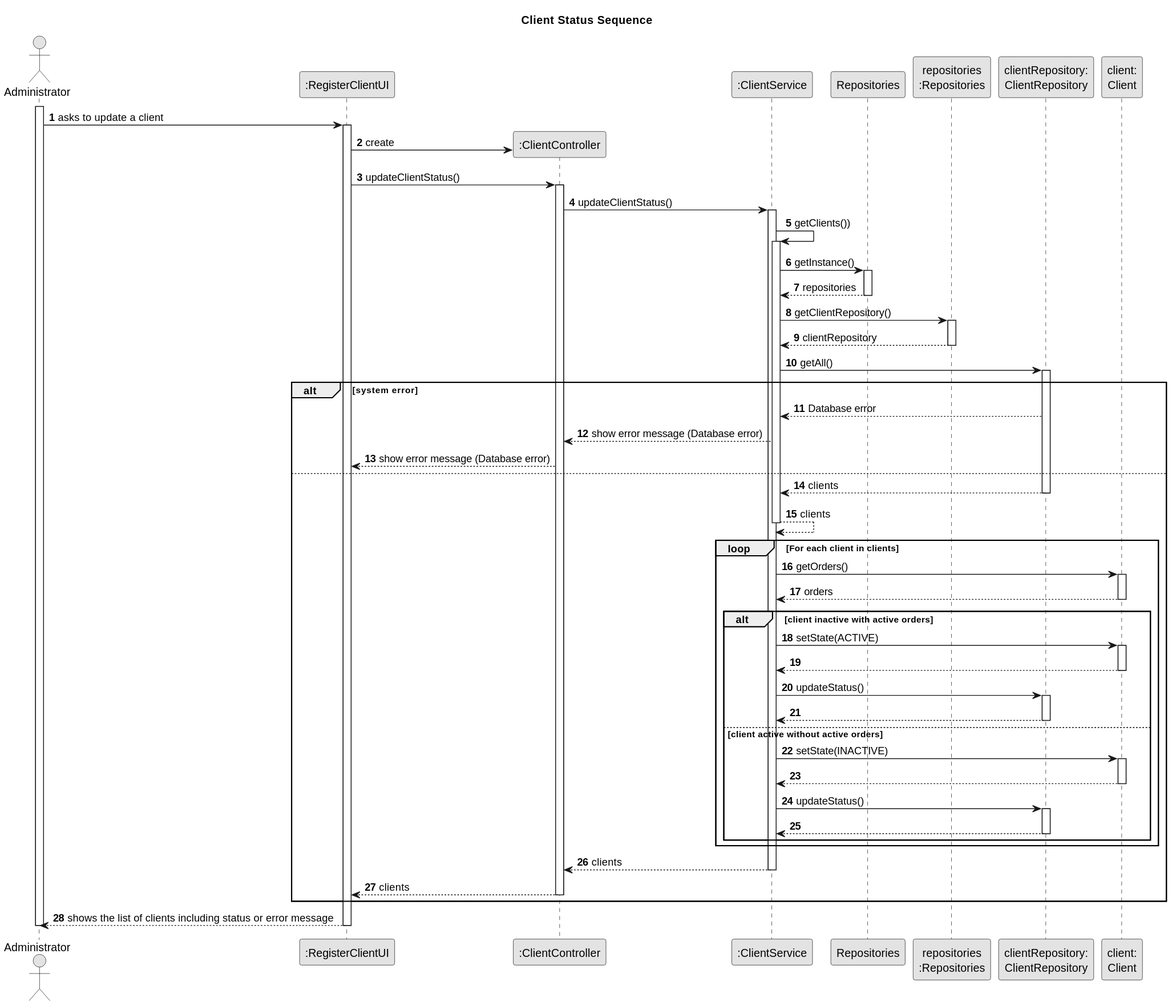
Above: documentation/user-stories/us004/03.design/svg/us004-sequence-diagram.svg in daniel41silva05/Production_Control_Industrial_ISEP (PlantUML), before the change.
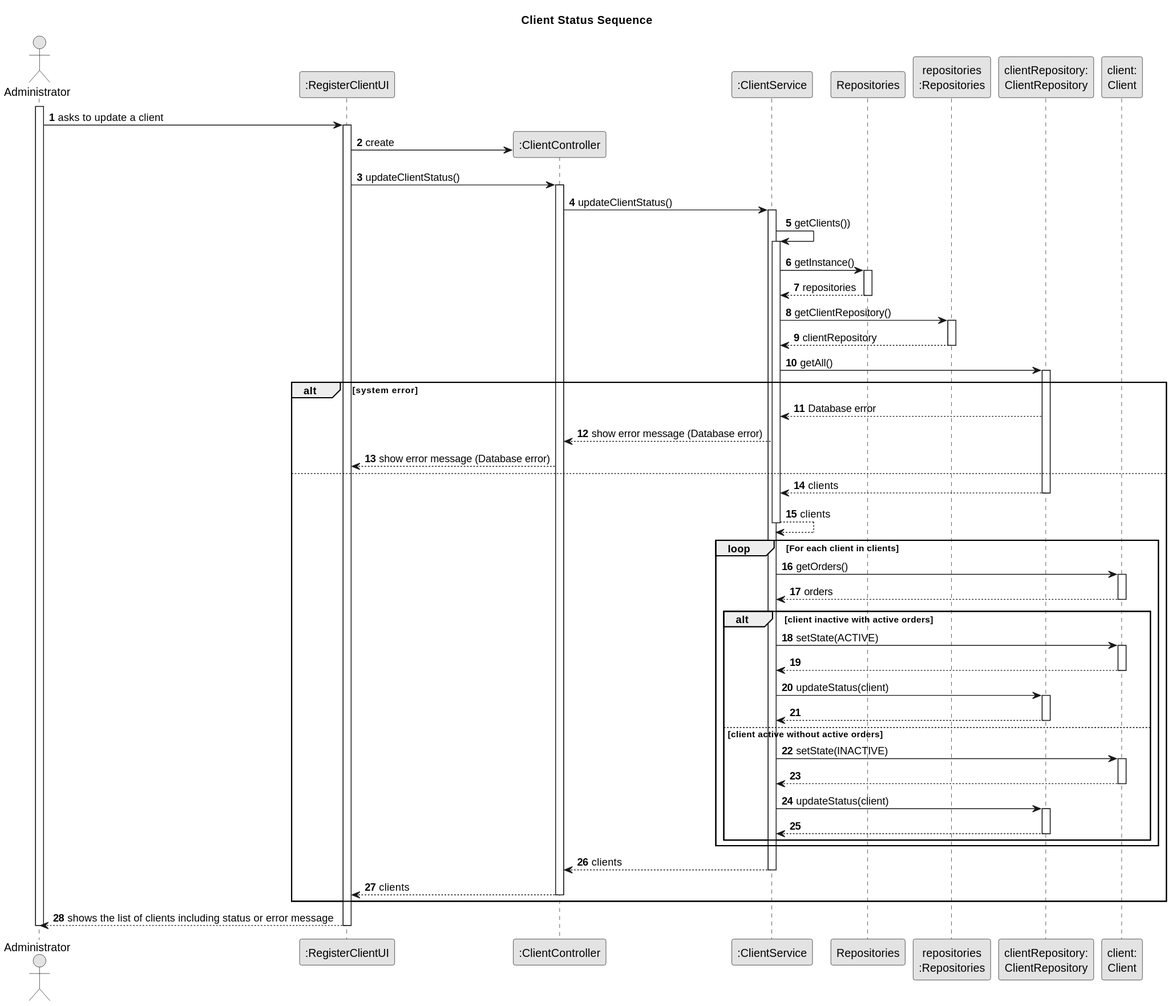
Above is the later version.

The edit, as a diff of the source:
```diff
@@ -68,7 +68,7 @@
                 activate CLIENT
                 CLIENT --> SRV :
                 deactivate CLIENT
-                SRV -> clientRepository : updateStatus()
+                SRV -> clientRepository : updateStatus(client)
                 activate clientRepository
                 clientRepository --> SRV :
                 deactivate clientRepository
@@ -77,7 +77,7 @@
                 activate CLIENT
                 CLIENT --> SRV :
                 deactivate CLIENT
-                SRV -> clientRepository : updateStatus()
+                SRV -> clientRepository : updateStatus(client)
                 activate clientRepository
                 clientRepository --> SRV :
                 deactivate clientRepository
```
